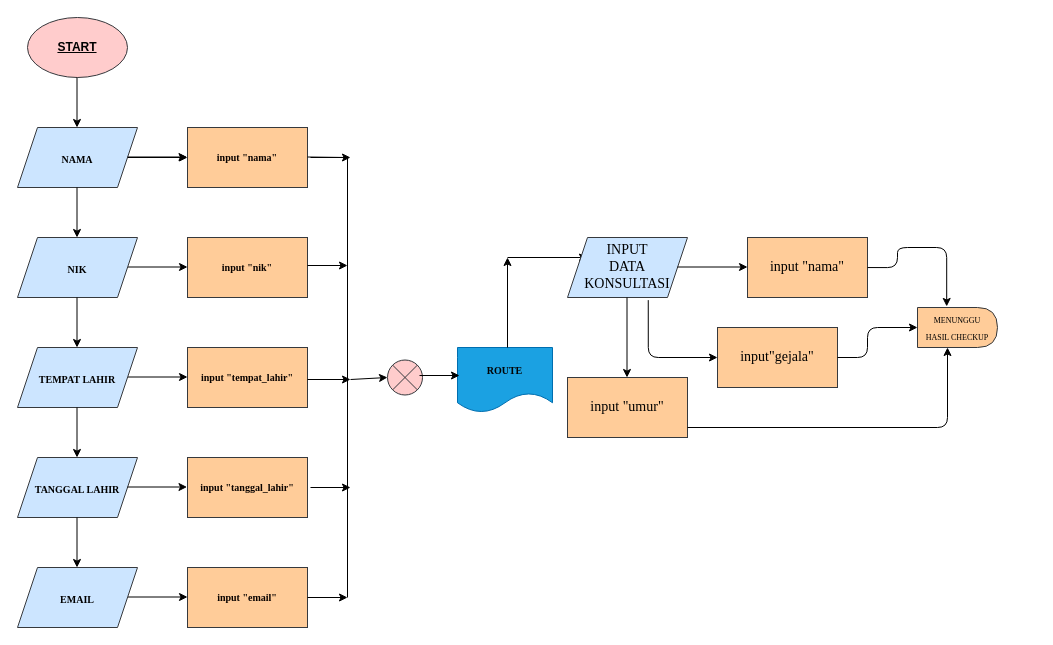
Before: flowchart-hospital_admission.drawio in CarlosAprillio2002/carlos_aprillio-hospital_admission, a draw.io diagram. Source tidied: cells renumbered, new cells numbered last; positions are measured from the earlier drawing's top-left corner, leaving out a move shared by most shapes. Both pictures are drawn from the tidied source at 100%, with x=0, y=0 at pixel (17, 17).
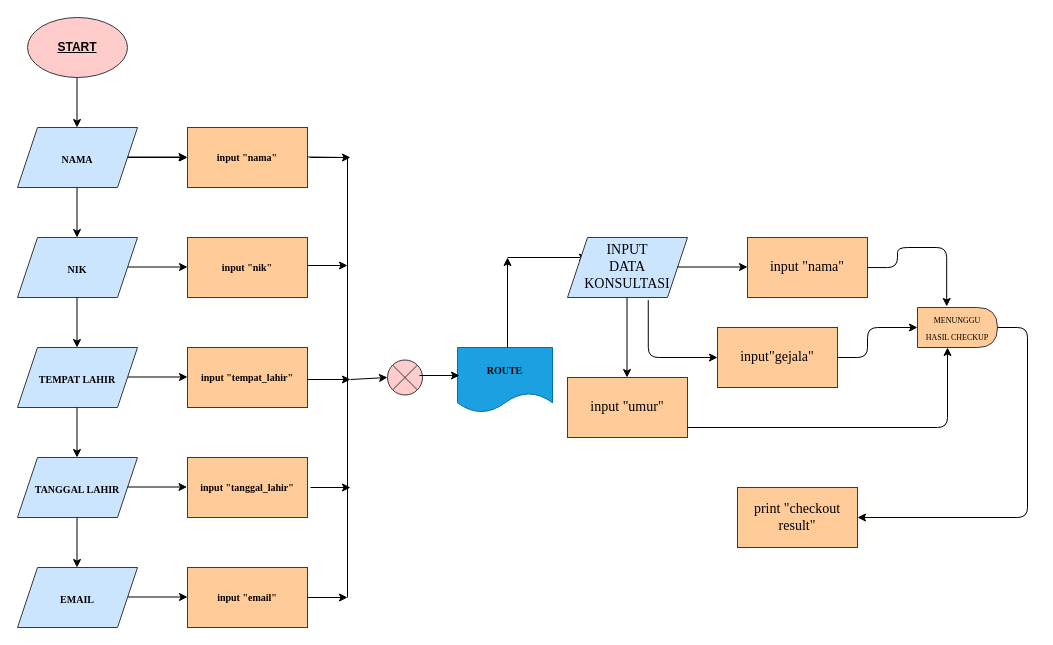
The same page after the edit.

Commit message:
Menerima hasil checkup

The edit, as a diff of the source:
```diff
@@
+    <mxCell id="49" value="&lt;font color=&quot;#000000&quot;&gt;print &quot;checkout result&quot;&lt;/font&gt;" style="rounded=0;whiteSpace=wrap;html=1;shadow=0;sketch=0;fontFamily=Times New Roman;fontSize=14;strokeColor=#36393d;fillColor=#ffcc99;" parent="1" vertex="1">
+      <mxGeometry x="720" y="470" width="120" height="60" as="geometry" />
+    </mxCell>
+    <mxCell id="50" style="edgeStyle=segmentEdgeStyle;endArrow=classic;html=1;labelBackgroundColor=default;fontFamily=Times New Roman;fontSize=8;fontColor=#000000;strokeColor=#000000;entryX=1;entryY=0.5;entryDx=0;entryDy=0;" parent="1" edge="1" target="49">
+      <mxGeometry relative="1" as="geometry">
+        <mxPoint x="980" y="310" as="sourcePoint" />
+        <Array as="points">
+          <mxPoint x="1010" y="310" />
+          <mxPoint x="1010" y="500" />
+        </Array>
+      </mxGeometry>
+    </mxCell>
```
